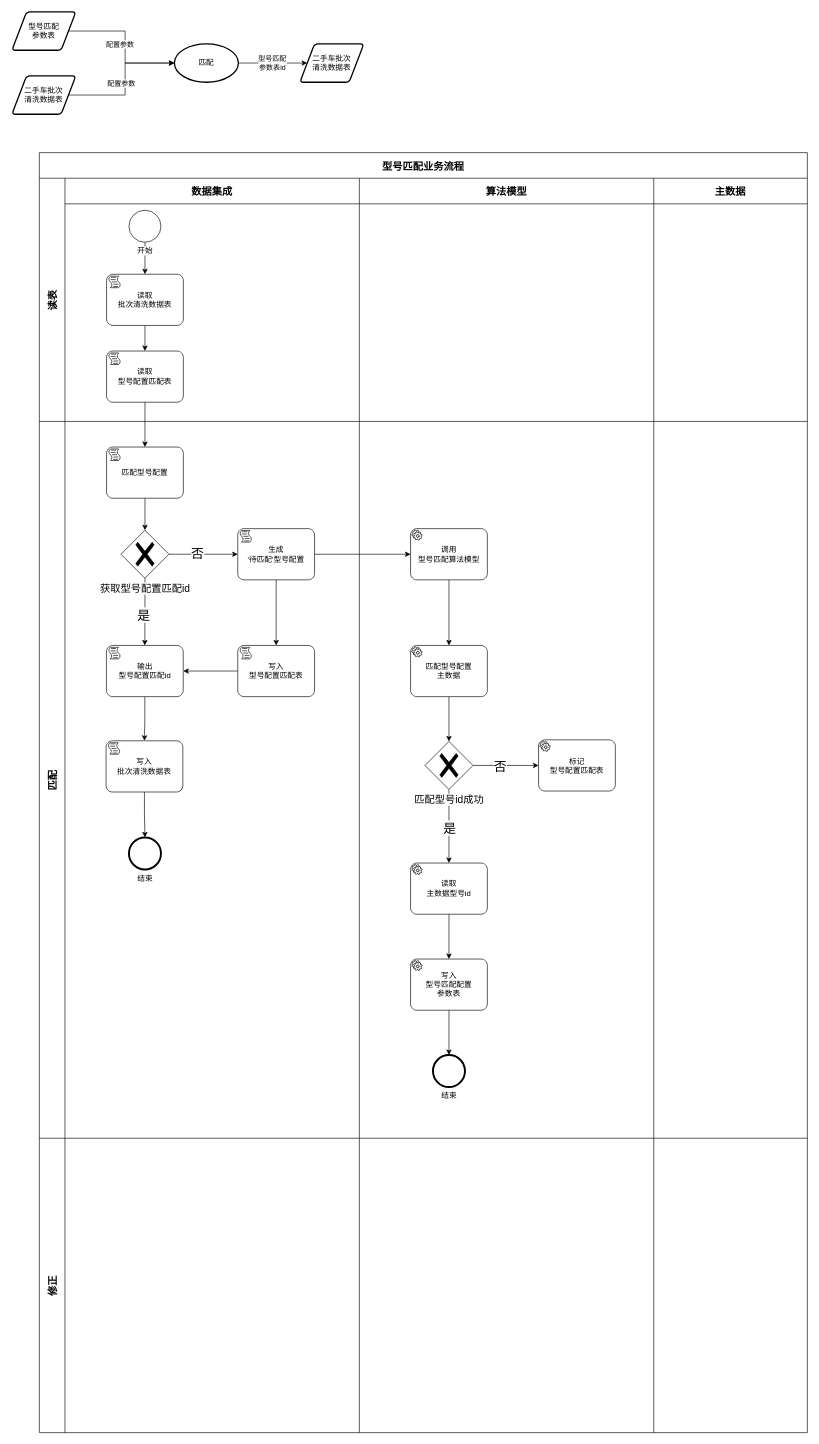
Earlier version of the draw.io diagram 型号匹配流程优化.drawio (wangzijia122/drawio_repository). Source tidied: cells renumbered, new cells numbered last; positions are measured from the earlier drawing's top-left corner, leaving out a move shared by most shapes. Both pictures are drawn from the tidied source at 64%, with x=0, y=0 at pixel (12, 12).
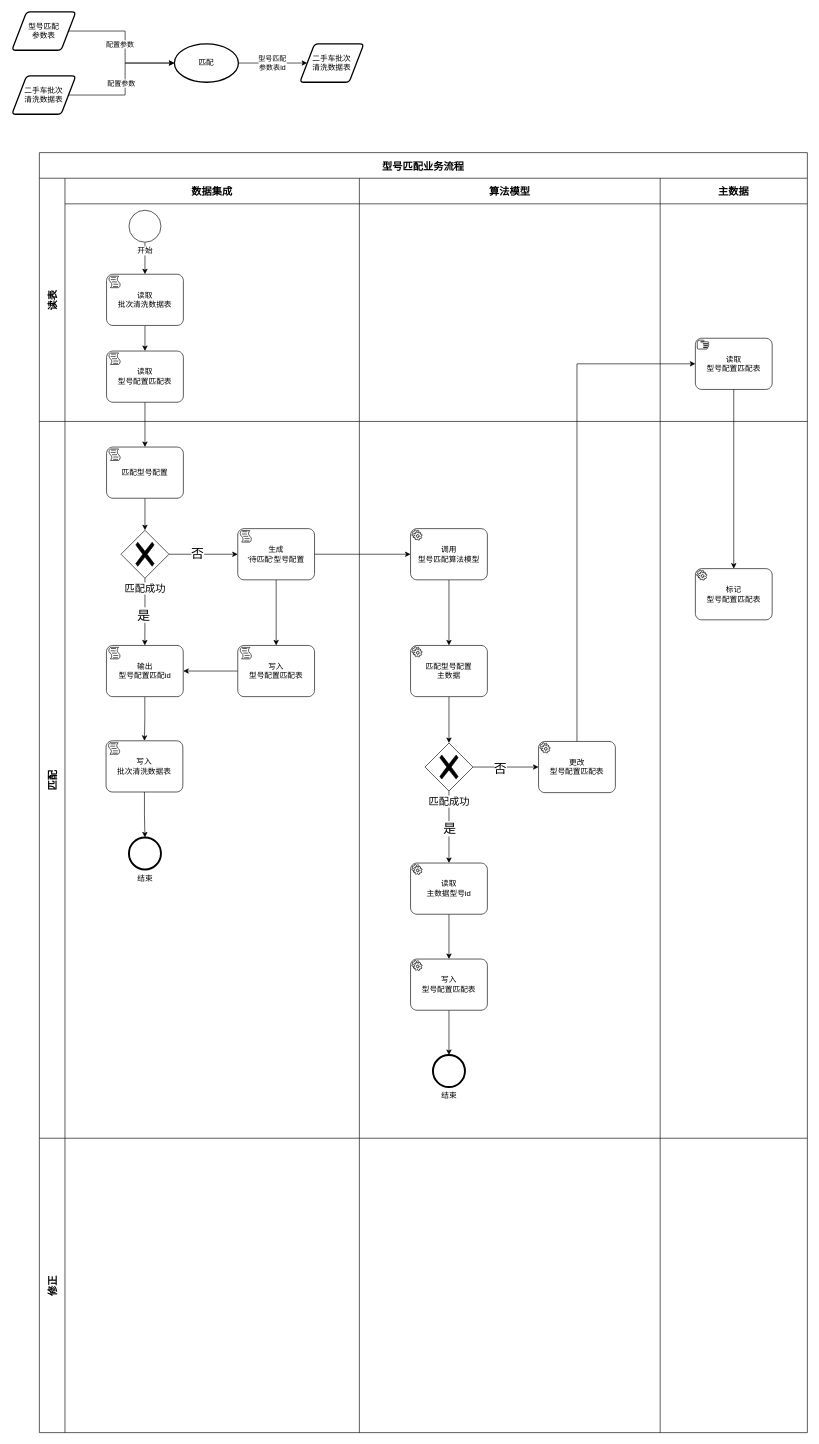
Above is the later version.

Commit message (it also covers changes not shown here):
更新型号匹配流程优化.drawio

Unchanged cells that the change refers to:
```xml
<mxCell id="12" value="型号匹配业务流程" style="shape=table;childLayout=tableLayout;startSize=40;fontSize=16;fontStyle=1;" parent="1" vertex="1">
  <mxGeometry x="43" y="220" width="1200" height="2000" as="geometry" />
</mxCell>
<mxCell id="13" value="读表" style="shape=tableRow;horizontal=0;swimlaneHead=0;swimlaneBody=0;top=0;left=0;strokeColor=inherit;bottom=0;right=0;fontStyle=1;fillColor=none;startSize=40;fontSize=16;" parent="12" vertex="1">
  <mxGeometry y="40" width="1200" height="380" as="geometry" />
</mxCell>
<mxCell id="22" value="匹配" style="shape=tableRow;horizontal=0;swimlaneHead=0;swimlaneBody=0;top=0;left=0;strokeColor=inherit;bottom=0;right=0;fontStyle=1;fillColor=none;startSize=40;fontSize=16;" parent="12" vertex="1">
  <mxGeometry y="420" width="1200" height="1120" as="geometry" />
</mxCell>
<mxCell id="23" style="swimlane;swimlaneHead=0;swimlaneBody=0;fontStyle=1;strokeColor=inherit;fillColor=none;startSize=0;fontSize=16;" parent="22" vertex="1">
  <mxGeometry x="40" width="460" height="1120" as="geometry" />
</mxCell>
<mxCell id="61" value="修正" style="shape=tableRow;horizontal=0;swimlaneHead=0;swimlaneBody=0;top=0;left=0;strokeColor=inherit;bottom=0;right=0;fontStyle=1;fillColor=none;startSize=40;fontSize=16;" parent="12" vertex="1">
  <mxGeometry y="1540" width="1200" height="460" as="geometry" />
</mxCell>
```

The edit, as a diff of the source:
```diff
@@
     <mxCell id="20" value="算法模型" style="swimlane;swimlaneHead=0;swimlaneBody=0;fontStyle=1;strokeColor=inherit;fillColor=none;startSize=40;fontSize=16;" parent="13" vertex="1">
-      <mxGeometry x="500" width="460" height="380" as="geometry" />
+      <mxGeometry x="500" width="470" height="380" as="geometry" />
     </mxCell>
     <mxCell id="21" value="主数据" style="swimlane;swimlaneHead=0;swimlaneBody=0;fontStyle=1;strokeColor=inherit;fillColor=none;startSize=40;fontSize=16;" parent="13" vertex="1">
-      <mxGeometry x="960" width="240" height="380" as="geometry" />
+      <mxGeometry x="970" width="230" height="380" as="geometry" />
     </mxCell>
+    <mxCell id="66" value="读取&lt;br style=&quot;border-color: var(--border-color);&quot;&gt;型号配置匹配表" style="points=[[0.25,0,0],[0.5,0,0],[0.75,0,0],[1,0.25,0],[1,0.5,0],[1,0.75,0],[0.75,1,0],[0.5,1,0],[0.25,1,0],[0,0.75,0],[0,0.5,0],[0,0.25,0]];shape=mxgraph.bpmn.task;whiteSpace=wrap;rectStyle=rounded;size=10;html=1;taskMarker=manual;" parent="21" vertex="1">
+      <mxGeometry x="55" y="250" width="120" height="80" as="geometry" />
+    </mxCell>
@@
-    <mxCell id="31" value="获取型号配置匹配id" style="points=[[0.25,0.25,0],[0.5,0,0],[0.75,0.25,0],[1,0.5,0],[0.75,0.75,0],[0.5,1,0],[0.25,0.75,0],[0,0.5,0]];shape=mxgraph.bpmn.gateway2;html=1;verticalLabelPosition=bottom;labelBackgroundColor=#ffffff;verticalAlign=top;align=center;perimeter=rhombusPerimeter;outlineConnect=0;outline=none;symbol=none;gwType=exclusive;fontSize=16;" parent="23" vertex="1">
+    <mxCell id="31" value="匹配成功" style="points=[[0.25,0.25,0],[0.5,0,0],[0.75,0.25,0],[1,0.5,0],[0.75,0.75,0],[0.5,1,0],[0.25,0.75,0],[0,0.5,0]];shape=mxgraph.bpmn.gateway2;html=1;verticalLabelPosition=bottom;labelBackgroundColor=#ffffff;verticalAlign=top;align=center;perimeter=rhombusPerimeter;outlineConnect=0;outline=none;symbol=none;gwType=exclusive;fontSize=16;" parent="23" vertex="1">
       <mxGeometry x="87.5" y="170" width="75" height="75" as="geometry" />
     </mxCell>
@@
     <mxCell id="43" style="swimlane;swimlaneHead=0;swimlaneBody=0;fontStyle=1;strokeColor=inherit;fillColor=none;startSize=0;fontSize=16;" parent="22" vertex="1">
-      <mxGeometry x="500" width="460" height="1120" as="geometry" />
+      <mxGeometry x="500" width="470" height="1120" as="geometry" />
     </mxCell>
@@
-    <mxCell id="52" value="匹配型号id成功" style="points=[[0.25,0.25,0],[0.5,0,0],[0.75,0.25,0],[1,0.5,0],[0.75,0.75,0],[0.5,1,0],[0.25,0.75,0],[0,0.5,0]];shape=mxgraph.bpmn.gateway2;html=1;verticalLabelPosition=bottom;labelBackgroundColor=#ffffff;verticalAlign=top;align=center;perimeter=rhombusPerimeter;outlineConnect=0;outline=none;symbol=none;gwType=exclusive;fontSize=16;" parent="43" vertex="1">
-      <mxGeometry x="102.5" y="500" width="75" height="75" as="geometry" />
+    <mxCell id="52" value="匹配成功" style="points=[[0.25,0.25,0],[0.5,0,0],[0.75,0.25,0],[1,0.5,0],[0.75,0.75,0],[0.5,1,0],[0.25,0.75,0],[0,0.5,0]];shape=mxgraph.bpmn.gateway2;html=1;verticalLabelPosition=bottom;labelBackgroundColor=#ffffff;verticalAlign=top;align=center;perimeter=rhombusPerimeter;outlineConnect=0;outline=none;symbol=none;gwType=exclusive;fontSize=16;" parent="43" vertex="1">
+      <mxGeometry x="102.5" y="502.5" width="75" height="75" as="geometry" />
     </mxCell>
@@
-    <mxCell id="56" value="写入&lt;br style=&quot;border-color: var(--border-color);&quot;&gt;型号匹配配置&lt;br style=&quot;border-color: var(--border-color);&quot;&gt;参数表" style="points=[[0.25,0,0],[0.5,0,0],[0.75,0,0],[1,0.25,0],[1,0.5,0],[1,0.75,0],[0.75,1,0],[0.5,1,0],[0.25,1,0],[0,0.75,0],[0,0.5,0],[0,0.25,0]];shape=mxgraph.bpmn.task;whiteSpace=wrap;rectStyle=rounded;size=10;html=1;taskMarker=service;" parent="43" vertex="1">
+    <mxCell id="56" value="写入&lt;br style=&quot;border-color: var(--border-color);&quot;&gt;型号配置匹配表" style="points=[[0.25,0,0],[0.5,0,0],[0.75,0,0],[1,0.25,0],[1,0.5,0],[1,0.75,0],[0.75,1,0],[0.5,1,0],[0.25,1,0],[0,0.75,0],[0,0.5,0],[0,0.25,0]];shape=mxgraph.bpmn.task;whiteSpace=wrap;rectStyle=rounded;size=10;html=1;taskMarker=service;" parent="43" vertex="1">
       <mxGeometry x="80" y="840" width="120" height="80" as="geometry" />
     </mxCell>
@@
-    <mxCell id="58" value="标记&lt;br&gt;型号配置匹配表" style="points=[[0.25,0,0],[0.5,0,0],[0.75,0,0],[1,0.25,0],[1,0.5,0],[1,0.75,0],[0.75,1,0],[0.5,1,0],[0.25,1,0],[0,0.75,0],[0,0.5,0],[0,0.25,0]];shape=mxgraph.bpmn.task;whiteSpace=wrap;rectStyle=rounded;size=10;html=1;taskMarker=service;" parent="43" vertex="1">
-      <mxGeometry x="280" y="497.5" width="120" height="80" as="geometry" />
+    <mxCell id="58" value="更改&lt;br&gt;型号配置匹配表" style="points=[[0.25,0,0],[0.5,0,0],[0.75,0,0],[1,0.25,0],[1,0.5,0],[1,0.75,0],[0.75,1,0],[0.5,1,0],[0.25,1,0],[0,0.75,0],[0,0.5,0],[0,0.25,0]];shape=mxgraph.bpmn.task;whiteSpace=wrap;rectStyle=rounded;size=10;html=1;taskMarker=service;" parent="43" vertex="1">
+      <mxGeometry x="280" y="500" width="120" height="80" as="geometry" />
     </mxCell>
     <mxCell id="59" style="swimlane;swimlaneHead=0;swimlaneBody=0;fontStyle=1;strokeColor=inherit;fillColor=none;startSize=0;fontSize=16;" parent="22" vertex="1">
-      <mxGeometry x="960" width="240" height="1120" as="geometry" />
+      <mxGeometry x="970" width="230" height="1120" as="geometry" />
     </mxCell>
+    <mxCell id="67" value="标记&lt;br&gt;型号配置匹配表" style="points=[[0.25,0,0],[0.5,0,0],[0.75,0,0],[1,0.25,0],[1,0.5,0],[1,0.75,0],[0.75,1,0],[0.5,1,0],[0.25,1,0],[0,0.75,0],[0,0.5,0],[0,0.25,0]];shape=mxgraph.bpmn.task;whiteSpace=wrap;rectStyle=rounded;size=10;html=1;taskMarker=service;" parent="59" vertex="1">
+      <mxGeometry x="55" y="230" width="120" height="80" as="geometry" />
+    </mxCell>
@@
     <mxCell id="63" style="swimlane;swimlaneHead=0;swimlaneBody=0;fontStyle=1;strokeColor=inherit;fillColor=none;startSize=0;fontSize=16;" parent="61" vertex="1">
-      <mxGeometry x="500" width="460" height="460" as="geometry" />
+      <mxGeometry x="500" width="470" height="460" as="geometry" />
     </mxCell>
     <mxCell id="64" style="swimlane;swimlaneHead=0;swimlaneBody=0;fontStyle=1;strokeColor=inherit;fillColor=none;startSize=0;fontSize=16;" parent="61" vertex="1">
-      <mxGeometry x="960" width="240" height="460" as="geometry" />
+      <mxGeometry x="970" width="230" height="460" as="geometry" />
     </mxCell>
@@
+    <mxCell id="68" style="edgeStyle=orthogonalEdgeStyle;rounded=0;jettySize=auto;html=1;exitX=0.5;exitY=0;exitDx=0;exitDy=0;exitPerimeter=0;entryX=0;entryY=0.5;entryDx=0;entryDy=0;entryPerimeter=0;" parent="12" edge="1" source="58" target="66">
+      <mxGeometry relative="1" as="geometry" />
+    </mxCell>
+    <mxCell id="69" style="edgeStyle=orthogonalEdgeStyle;rounded=0;jettySize=auto;html=1;exitX=0.5;exitY=1;exitDx=0;exitDy=0;exitPerimeter=0;entryX=0.5;entryY=0;entryDx=0;entryDy=0;entryPerimeter=0;" parent="12" edge="1" source="66" target="67">
+      <mxGeometry relative="1" as="geometry" />
+    </mxCell>
```
